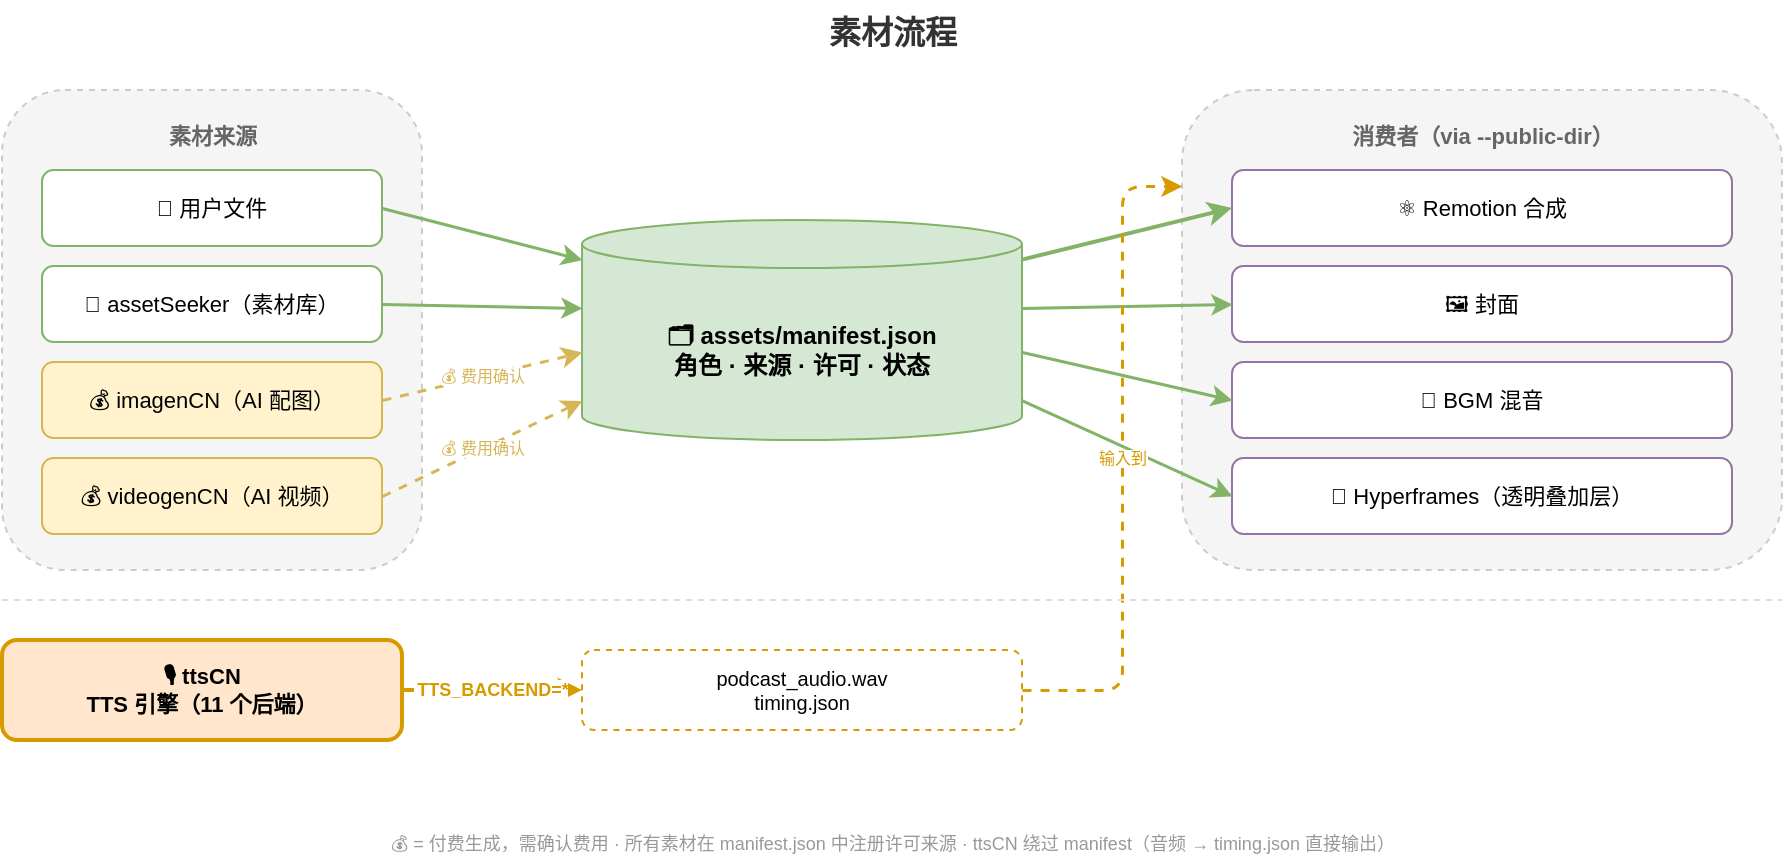
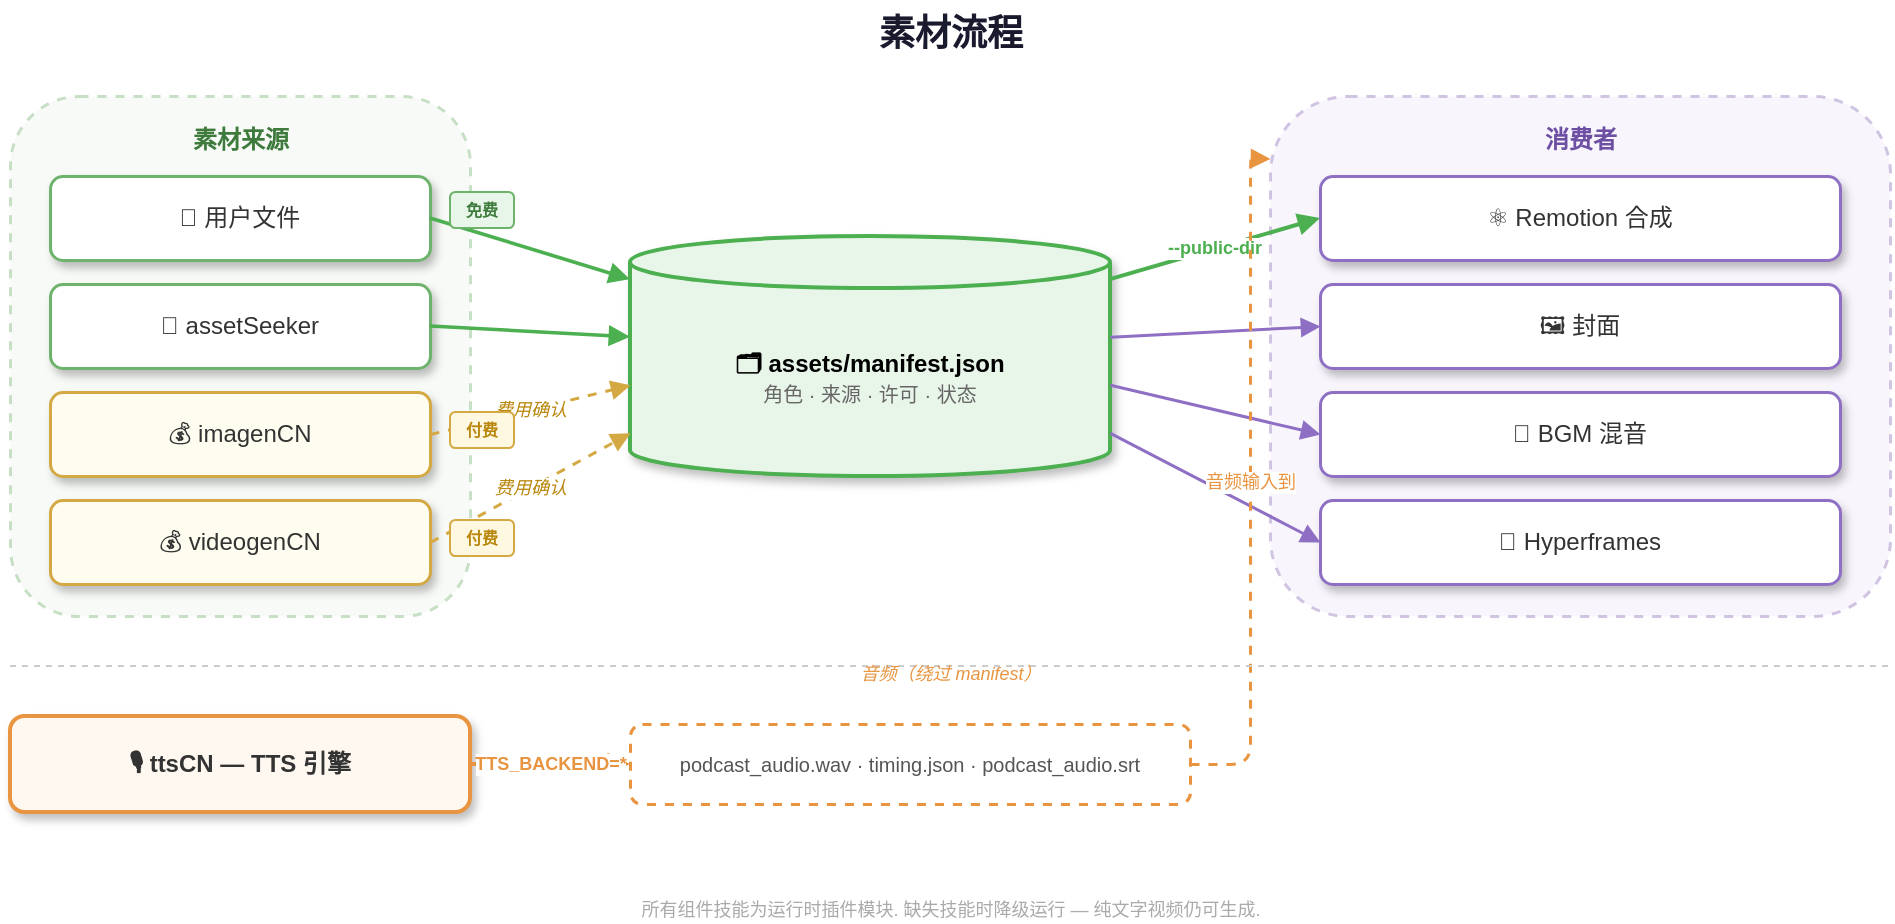
<?xml version="1.0" encoding="UTF-8"?>
<mxfile host="drawio" version="30.2.6">
  <diagram name="flow">
-     <mxGraphModel dx="950" dy="450" grid="1" gridSize="10" page="1" pageWidth="950" pageHeight="480">
+     <mxGraphModel dx="1000" dy="500" grid="1" gridSize="10" page="1" pageWidth="1000" pageHeight="540">
      <root>
        <mxCell id="0" />
        <mxCell id="1" parent="0" />

        <!-- Title -->
-         <mxCell id="title" value="素材流程" style="text;html=1;align=center;fontSize=16;fontStyle=1;fontColor=#333333;" vertex="1" parent="1">
-           <mxGeometry x="350" y="10" width="250" height="30" as="geometry" />
+         <mxCell id="title" value="素材流程" style="text;html=1;align=center;fontSize=18;fontStyle=1;fontColor=#1a1a2e;" vertex="1" parent="1">
+           <mxGeometry x="380" y="12" width="240" height="32" as="geometry" />
        </mxCell>

        <!-- ===== Column 1: Sources ===== -->
-         <mxCell id="sources_bg" value="" style="rounded=1;whiteSpace=wrap;html=1;fillColor=#f5f5f5;strokeColor=#cccccc;dashed=1;" vertex="1" parent="1">
-           <mxGeometry x="30" y="55" width="210" height="240" as="geometry" />
+         <mxCell id="sources_bg" value="" style="rounded=1;whiteSpace=wrap;html=1;fillColor=#f8faf7;strokeColor=#c7dfc5;dashed=1;strokeWidth=1.5;" vertex="1" parent="1">
+           <mxGeometry x="30" y="60" width="230" height="260" as="geometry" />
        </mxCell>
-         <mxCell id="src_label" value="素材来源" style="text;html=1;align=center;fontSize=11;fontStyle=1;fontColor=#666666;" vertex="1" parent="1">
-           <mxGeometry x="60" y="65" width="150" height="18" as="geometry" />
+         <mxCell id="src_label" value="素材来源" style="text;html=1;align=center;fontSize=12;fontStyle=1;fontColor=#3d7a3b;" vertex="1" parent="1">
+           <mxGeometry x="60" y="68" width="170" height="20" as="geometry" />
        </mxCell>

-         <mxCell id="src_user" value="📁 用户文件" style="rounded=1;whiteSpace=wrap;html=1;fillColor=#ffffff;strokeColor=#82b366;fontSize=11;" vertex="1" parent="1">
-           <mxGeometry x="50" y="95" width="170" height="38" as="geometry" />
+         <mxCell id="src_user" value="📁 用户文件" style="rounded=1;whiteSpace=wrap;html=1;fillColor=#ffffff;strokeColor=#6db36b;strokeWidth=1.5;fontSize=12;fontColor=#333333;shadow=1;" vertex="1" parent="1">
+           <mxGeometry x="50" y="100" width="190" height="42" as="geometry" />
        </mxCell>
-         <mxCell id="src_seeker" value="🔎 assetSeeker（素材库）" style="rounded=1;whiteSpace=wrap;html=1;fillColor=#ffffff;strokeColor=#82b366;fontSize=11;" vertex="1" parent="1">
-           <mxGeometry x="50" y="143" width="170" height="38" as="geometry" />
+         <mxCell id="src_seeker" value="🔎 assetSeeker" style="rounded=1;whiteSpace=wrap;html=1;fillColor=#ffffff;strokeColor=#6db36b;strokeWidth=1.5;fontSize=12;fontColor=#333333;shadow=1;" vertex="1" parent="1">
+           <mxGeometry x="50" y="154" width="190" height="42" as="geometry" />
        </mxCell>
-         <mxCell id="src_imagen" value="💰 imagenCN（AI 配图）" style="rounded=1;whiteSpace=wrap;html=1;fillColor=#fff2cc;strokeColor=#d6b656;fontSize=11;" vertex="1" parent="1">
-           <mxGeometry x="50" y="191" width="170" height="38" as="geometry" />
+         <mxCell id="src_imagen" value="💰 imagenCN" style="rounded=1;whiteSpace=wrap;html=1;fillColor=#fffdf0;strokeColor=#d4a843;strokeWidth=1.5;fontSize=12;fontColor=#333333;shadow=1;" vertex="1" parent="1">
+           <mxGeometry x="50" y="208" width="190" height="42" as="geometry" />
        </mxCell>
-         <mxCell id="src_videogen" value="💰 videogenCN（AI 视频）" style="rounded=1;whiteSpace=wrap;html=1;fillColor=#fff2cc;strokeColor=#d6b656;fontSize=11;" vertex="1" parent="1">
-           <mxGeometry x="50" y="239" width="170" height="38" as="geometry" />
+         <mxCell id="src_videogen" value="💰 videogenCN" style="rounded=1;whiteSpace=wrap;html=1;fillColor=#fffdf0;strokeColor=#d4a843;strokeWidth=1.5;fontSize=12;fontColor=#333333;shadow=1;" vertex="1" parent="1">
+           <mxGeometry x="50" y="262" width="190" height="42" as="geometry" />
        </mxCell>

-         <!-- ===== Column 2: Manifest ===== -->
-         <mxCell id="manifest" value="🗂️ assets/manifest.json&#xa;角色 · 来源 · 许可 · 状态" style="shape=cylinder3;whiteSpace=wrap;html=1;fillColor=#d5e8d4;strokeColor=#82b366;boundedLbl=1;fontStyle=1;size=12;" vertex="1" parent="1">
-           <mxGeometry x="320" y="120" width="220" height="110" as="geometry" />
+         <!-- ===== Column 2: Manifest (centerpiece) ===== -->
+         <mxCell id="manifest" value="&lt;b&gt;🗂️ assets/manifest.json&lt;/b&gt;&lt;br&gt;&lt;font style=&quot;font-size:10px&quot; color=&quot;#666666&quot;&gt;角色 · 来源 · 许可 · 状态&lt;/font&gt;" style="shape=cylinder3;whiteSpace=wrap;html=1;fillColor=#e8f5e9;strokeColor=#4caf50;boundedLbl=1;fontStyle=0;size=13;strokeWidth=2;shadow=1;" vertex="1" parent="1">
+           <mxGeometry x="340" y="130" width="240" height="120" as="geometry" />
        </mxCell>

        <!-- ===== Column 3: Consumers ===== -->
-         <mxCell id="cons_bg" value="" style="rounded=1;whiteSpace=wrap;html=1;fillColor=#f5f5f5;strokeColor=#cccccc;dashed=1;" vertex="1" parent="1">
-           <mxGeometry x="620" y="55" width="300" height="240" as="geometry" />
+         <mxCell id="cons_bg" value="" style="rounded=1;whiteSpace=wrap;html=1;fillColor=#f8f5fc;strokeColor=#d0c4e2;dashed=1;strokeWidth=1.5;" vertex="1" parent="1">
+           <mxGeometry x="660" y="60" width="310" height="260" as="geometry" />
        </mxCell>
-         <mxCell id="cons_label" value="消费者（via --public-dir）" style="text;html=1;align=center;fontSize=11;fontStyle=1;fontColor=#666666;" vertex="1" parent="1">
-           <mxGeometry x="660" y="65" width="220" height="18" as="geometry" />
+         <mxCell id="cons_label" value="消费者" style="text;html=1;align=center;fontSize=12;fontStyle=1;fontColor=#6d4fa3;" vertex="1" parent="1">
+           <mxGeometry x="730" y="68" width="170" height="20" as="geometry" />
        </mxCell>

-         <mxCell id="cons_remotion" value="⚛️ Remotion 合成" style="rounded=1;whiteSpace=wrap;html=1;fillColor=#ffffff;strokeColor=#9673a6;fontSize=11;" vertex="1" parent="1">
-           <mxGeometry x="645" y="95" width="250" height="38" as="geometry" />
+         <mxCell id="cons_remotion" value="⚛️ Remotion 合成" style="rounded=1;whiteSpace=wrap;html=1;fillColor=#ffffff;strokeColor=#8e6fc4;strokeWidth=1.5;fontSize=12;fontColor=#333333;shadow=1;" vertex="1" parent="1">
+           <mxGeometry x="685" y="100" width="260" height="42" as="geometry" />
        </mxCell>
-         <mxCell id="cons_thumb" value="🖼️ 封面" style="rounded=1;whiteSpace=wrap;html=1;fillColor=#ffffff;strokeColor=#9673a6;fontSize=11;" vertex="1" parent="1">
-           <mxGeometry x="645" y="143" width="250" height="38" as="geometry" />
+         <mxCell id="cons_thumb" value="🖼️ 封面" style="rounded=1;whiteSpace=wrap;html=1;fillColor=#ffffff;strokeColor=#8e6fc4;strokeWidth=1.5;fontSize=12;fontColor=#333333;shadow=1;" vertex="1" parent="1">
+           <mxGeometry x="685" y="154" width="260" height="42" as="geometry" />
        </mxCell>
-         <mxCell id="cons_bgm" value="🎵 BGM 混音" style="rounded=1;whiteSpace=wrap;html=1;fillColor=#ffffff;strokeColor=#9673a6;fontSize=11;" vertex="1" parent="1">
-           <mxGeometry x="645" y="191" width="250" height="38" as="geometry" />
+         <mxCell id="cons_bgm" value="🎵 BGM 混音" style="rounded=1;whiteSpace=wrap;html=1;fillColor=#ffffff;strokeColor=#8e6fc4;strokeWidth=1.5;fontSize=12;fontColor=#333333;shadow=1;" vertex="1" parent="1">
+           <mxGeometry x="685" y="208" width="260" height="42" as="geometry" />
        </mxCell>
-         <mxCell id="cons_overlay" value="🌈 Hyperframes（透明叠加层）" style="rounded=1;whiteSpace=wrap;html=1;fillColor=#ffffff;strokeColor=#9673a6;fontSize=11;" vertex="1" parent="1">
-           <mxGeometry x="645" y="239" width="250" height="38" as="geometry" />
+         <mxCell id="cons_overlay" value="🌈 Hyperframes" style="rounded=1;whiteSpace=wrap;html=1;fillColor=#ffffff;strokeColor=#8e6fc4;strokeWidth=1.5;fontSize=12;fontColor=#333333;shadow=1;" vertex="1" parent="1">
+           <mxGeometry x="685" y="262" width="260" height="42" as="geometry" />
        </mxCell>

-         <!-- ===== Arrows: Sources → Manifest (fan-in, straight horizontal) ===== -->
-         <mxCell id="a1" style="rounded=1;html=1;exitX=1;exitY=0.5;entryX=0;entryY=0.18;endArrow=classic;strokeWidth=1.5;strokeColor=#82b366;" edge="1" parent="1" source="src_user" target="manifest">
+         <!-- ===== Arrows: Sources → Manifest (fan-in) ===== -->
+         <mxCell id="a1" style="rounded=1;html=1;exitX=1;exitY=0.5;entryX=0;entryY=0.18;endArrow=block;endFill=1;strokeWidth=1.8;strokeColor=#4caf50;" edge="1" parent="1" source="src_user" target="manifest">
          <mxGeometry relative="1" as="geometry" />
        </mxCell>
-         <mxCell id="a2" style="rounded=1;html=1;exitX=1;exitY=0.5;entryX=0;entryY=0.4;endArrow=classic;strokeWidth=1.5;strokeColor=#82b366;" edge="1" parent="1" source="src_seeker" target="manifest">
+         <mxCell id="a2" style="rounded=1;html=1;exitX=1;exitY=0.5;entryX=0;entryY=0.42;endArrow=block;endFill=1;strokeWidth=1.8;strokeColor=#4caf50;" edge="1" parent="1" source="src_seeker" target="manifest">
          <mxGeometry relative="1" as="geometry" />
        </mxCell>
-         <mxCell id="a3" value="💰 费用确认" style="rounded=1;html=1;exitX=1;exitY=0.5;entryX=0;entryY=0.6;endArrow=classic;strokeWidth=1.5;strokeColor=#d6b656;dashed=1;fontColor=#d6b656;labelBackgroundColor=#ffffff;fontSize=8;" edge="1" parent="1" source="src_imagen" target="manifest">
+         <mxCell id="a3" value="费用确认" style="rounded=1;html=1;exitX=1;exitY=0.5;entryX=0;entryY=0.62;endArrow=block;endFill=1;strokeWidth=1.5;strokeColor=#d4a843;dashed=1;fontColor=#b8860b;labelBackgroundColor=#ffffff;fontSize=9;fontStyle=2;" edge="1" parent="1" source="src_imagen" target="manifest">
          <mxGeometry relative="1" as="geometry" />
        </mxCell>
-         <mxCell id="a4" value="💰 费用确认" style="rounded=1;html=1;exitX=1;exitY=0.5;entryX=0;entryY=0.82;endArrow=classic;strokeWidth=1.5;strokeColor=#d6b656;dashed=1;fontColor=#d6b656;labelBackgroundColor=#ffffff;fontSize=8;" edge="1" parent="1" source="src_videogen" target="manifest">
+         <mxCell id="a4" value="费用确认" style="rounded=1;html=1;exitX=1;exitY=0.5;entryX=0;entryY=0.82;endArrow=block;endFill=1;strokeWidth=1.5;strokeColor=#d4a843;dashed=1;fontColor=#b8860b;labelBackgroundColor=#ffffff;fontSize=9;fontStyle=2;" edge="1" parent="1" source="src_videogen" target="manifest">
          <mxGeometry relative="1" as="geometry" />
        </mxCell>

-         <!-- ===== Arrows: Manifest → Consumers (fan-out, straight horizontal) ===== -->
-         <mxCell id="b1" style="rounded=1;html=1;exitX=1;exitY=0.18;entryX=0;entryY=0.5;endArrow=classic;strokeWidth=2;strokeColor=#82b366;" edge="1" parent="1" source="manifest" target="cons_remotion">
+         <!-- ===== Arrows: Manifest → Consumers (fan-out) ===== -->
+         <mxCell id="b1" value="--public-dir" style="rounded=1;html=1;exitX=1;exitY=0.18;entryX=0;entryY=0.5;endArrow=block;endFill=1;strokeWidth=2;strokeColor=#4caf50;fontColor=#4caf50;labelBackgroundColor=#ffffff;fontSize=9;fontStyle=1;" edge="1" parent="1" source="manifest" target="cons_remotion">
          <mxGeometry relative="1" as="geometry" />
        </mxCell>
-         <mxCell id="b2" style="rounded=1;html=1;exitX=1;exitY=0.4;entryX=0;entryY=0.5;endArrow=classic;strokeWidth=1.5;strokeColor=#82b366;" edge="1" parent="1" source="manifest" target="cons_thumb">
+         <mxCell id="b2" style="rounded=1;html=1;exitX=1;exitY=0.42;entryX=0;entryY=0.5;endArrow=block;endFill=1;strokeWidth=1.5;strokeColor=#8e6fc4;" edge="1" parent="1" source="manifest" target="cons_thumb">
          <mxGeometry relative="1" as="geometry" />
        </mxCell>
-         <mxCell id="b3" style="rounded=1;html=1;exitX=1;exitY=0.6;entryX=0;entryY=0.5;endArrow=classic;strokeWidth=1.5;strokeColor=#82b366;" edge="1" parent="1" source="manifest" target="cons_bgm">
+         <mxCell id="b3" style="rounded=1;html=1;exitX=1;exitY=0.62;entryX=0;entryY=0.5;endArrow=block;endFill=1;strokeWidth=1.5;strokeColor=#8e6fc4;" edge="1" parent="1" source="manifest" target="cons_bgm">
          <mxGeometry relative="1" as="geometry" />
        </mxCell>
-         <mxCell id="b4" style="rounded=1;html=1;exitX=1;exitY=0.82;entryX=0;entryY=0.5;endArrow=classic;strokeWidth=1.5;strokeColor=#82b366;" edge="1" parent="1" source="manifest" target="cons_overlay">
+         <mxCell id="b4" style="rounded=1;html=1;exitX=1;exitY=0.82;entryX=0;entryY=0.5;endArrow=block;endFill=1;strokeWidth=1.5;strokeColor=#8e6fc4;" edge="1" parent="1" source="manifest" target="cons_overlay">
          <mxGeometry relative="1" as="geometry" />
        </mxCell>

-         <!-- ===== ttsCN: separate path, bypasses manifest ===== -->
-         <mxCell id="ttscn" value="🎙️ ttsCN&#xa;TTS 引擎（11 个后端）" style="rounded=1;whiteSpace=wrap;html=1;fillColor=#ffe6cc;strokeColor=#d79b00;strokeWidth=2;fontStyle=1;fontSize=11;" vertex="1" parent="1">
-           <mxGeometry x="30" y="330" width="200" height="50" as="geometry" />
+         <!-- ===== ttsCN: separate path below divider ===== -->
+         <mxCell id="ttscn" value="🎙️ ttsCN — TTS 引擎" style="rounded=1;whiteSpace=wrap;html=1;fillColor=#fff8f0;strokeColor=#e89440;strokeWidth=2;fontStyle=1;fontSize=12;fontColor=#333333;shadow=1;" vertex="1" parent="1">
+           <mxGeometry x="30" y="370" width="230" height="48" as="geometry" />
        </mxCell>

-         <mxCell id="audio_out" value="podcast_audio.wav&#xa;timing.json" style="rounded=1;whiteSpace=wrap;html=1;fillColor=#ffffff;strokeColor=#d79b00;fontSize=10;dashed=1;" vertex="1" parent="1">
-           <mxGeometry x="320" y="335" width="220" height="40" as="geometry" />
+         <mxCell id="audio_out" value="podcast_audio.wav  ·  timing.json  ·  podcast_audio.srt" style="rounded=1;whiteSpace=wrap;html=1;fillColor=#ffffff;strokeColor=#e89440;strokeWidth=1.5;fontSize=10;fontColor=#555555;dashed=1;" vertex="1" parent="1">
+           <mxGeometry x="340" y="374" width="280" height="40" as="geometry" />
        </mxCell>

-         <mxCell id="bypass_arrow1" value="TTS_BACKEND=*" style="rounded=1;html=1;exitX=1;exitY=0.5;entryX=0;entryY=0.5;endArrow=classic;strokeWidth=2;strokeColor=#d79b00;dashed=1;fontColor=#d79b00;labelBackgroundColor=#ffffff;fontSize=9;fontStyle=1;" edge="1" parent="1" source="ttscn" target="audio_out">
+         <mxCell id="bypass_arrow1" value="TTS_BACKEND=*" style="rounded=1;html=1;exitX=1;exitY=0.5;entryX=0;entryY=0.5;endArrow=block;endFill=1;strokeWidth=2;strokeColor=#e89440;dashed=1;fontColor=#e89440;labelBackgroundColor=#ffffff;fontSize=9;fontStyle=1;" edge="1" parent="1" source="ttscn" target="audio_out">
          <mxGeometry relative="1" as="geometry" />
        </mxCell>

-         <!-- audio → Remotion (connects to consumer column) -->
-         <mxCell id="bypass_arrow2" value="输入到" style="rounded=1;html=1;exitX=1;exitY=0.5;entryX=0;entryY=0.2;endArrow=classic;strokeWidth=1.5;strokeColor=#d79b00;dashed=1;fontColor=#d79b00;labelBackgroundColor=#ffffff;fontSize=8;" edge="1" parent="1" source="audio_out" target="cons_bg">
+         <mxCell id="bypass_arrow2" value="音频输入到" style="rounded=1;html=1;exitX=1;exitY=0.5;entryX=0;entryY=0.12;endArrow=block;endFill=1;strokeWidth=1.5;strokeColor=#e89440;dashed=1;fontColor=#e89440;labelBackgroundColor=#ffffff;fontSize=9;" edge="1" parent="1" source="audio_out" target="cons_bg">
          <mxGeometry relative="1" as="geometry">
            <Array as="points">
-               <mxPoint x="590" y="355" />
-               <mxPoint x="590" y="103" />
+               <mxPoint x="650" y="394" />
+               <mxPoint x="650" y="91" />
            </Array>
          </mxGeometry>
        </mxCell>

-         <!-- Divider line between asset flow and audio path -->
-         <mxCell id="divider" value="" style="endArrow=none;html=1;strokeWidth=1;strokeColor=#dddddd;dashed=1;" edge="1" parent="1">
+         <!-- Divider -->
+         <mxCell id="divider" value="" style="endArrow=none;html=1;strokeWidth=1;strokeColor=#cccccc;dashed=1;" edge="1" parent="1">
          <mxGeometry width="50" height="50" relative="1" as="geometry">
-             <mxPoint x="30" y="310" as="sourcePoint" />
-             <mxPoint x="920" y="310" as="targetPoint" />
+             <mxPoint x="30" y="345" as="sourcePoint" />
+             <mxPoint x="970" y="345" as="targetPoint" />
          </mxGeometry>
+         </mxCell>
+         <mxCell id="divider_label" value="音频（绕过 manifest）" style="text;html=1;align=center;fontSize=9;fontColor=#e89440;fontStyle=2;" vertex="1" parent="1">
+           <mxGeometry x="400" y="337" width="200" height="16" as="geometry" />
+         </mxCell>
+ 
+         <!-- Source type labels -->
+         <mxCell id="tag_free" value="免费" style="rounded=1;whiteSpace=wrap;html=1;fillColor=#e8f5e9;strokeColor=#6db36b;fontSize=8;fontColor=#3d7a3b;fontStyle=1;" vertex="1" parent="1">
+           <mxGeometry x="250" y="108" width="32" height="18" as="geometry" />
+         </mxCell>
+         <mxCell id="tag_paid1" value="付费" style="rounded=1;whiteSpace=wrap;html=1;fillColor=#fff8e1;strokeColor=#d4a843;fontSize=8;fontColor=#b8860b;fontStyle=1;" vertex="1" parent="1">
+           <mxGeometry x="250" y="218" width="32" height="18" as="geometry" />
+         </mxCell>
+         <mxCell id="tag_paid2" value="付费" style="rounded=1;whiteSpace=wrap;html=1;fillColor=#fff8e1;strokeColor=#d4a843;fontSize=8;fontColor=#b8860b;fontStyle=1;" vertex="1" parent="1">
+           <mxGeometry x="250" y="272" width="32" height="18" as="geometry" />
        </mxCell>

        <!-- Footer -->
-         <mxCell id="footer" value="💰 = 付费生成，需确认费用 · 所有素材在 manifest.json 中注册许可来源 · ttsCN 绕过 manifest（音频 → timing.json 直接输出）" style="text;html=1;align=center;fontSize=9;fontColor=#999999;" vertex="1" parent="1">
-           <mxGeometry x="80" y="420" width="790" height="18" as="geometry" />
+         <mxCell id="footer" value="所有组件技能为运行时插件模块. 缺失技能时降级运行 — 纯文字视频仍可生成." style="text;html=1;align=center;fontSize=9;fontColor=#aaaaaa;" vertex="1" parent="1">
+           <mxGeometry x="180" y="455" width="640" height="18" as="geometry" />
        </mxCell>
      </root>
    </mxGraphModel>
  </diagram>
</mxfile>
